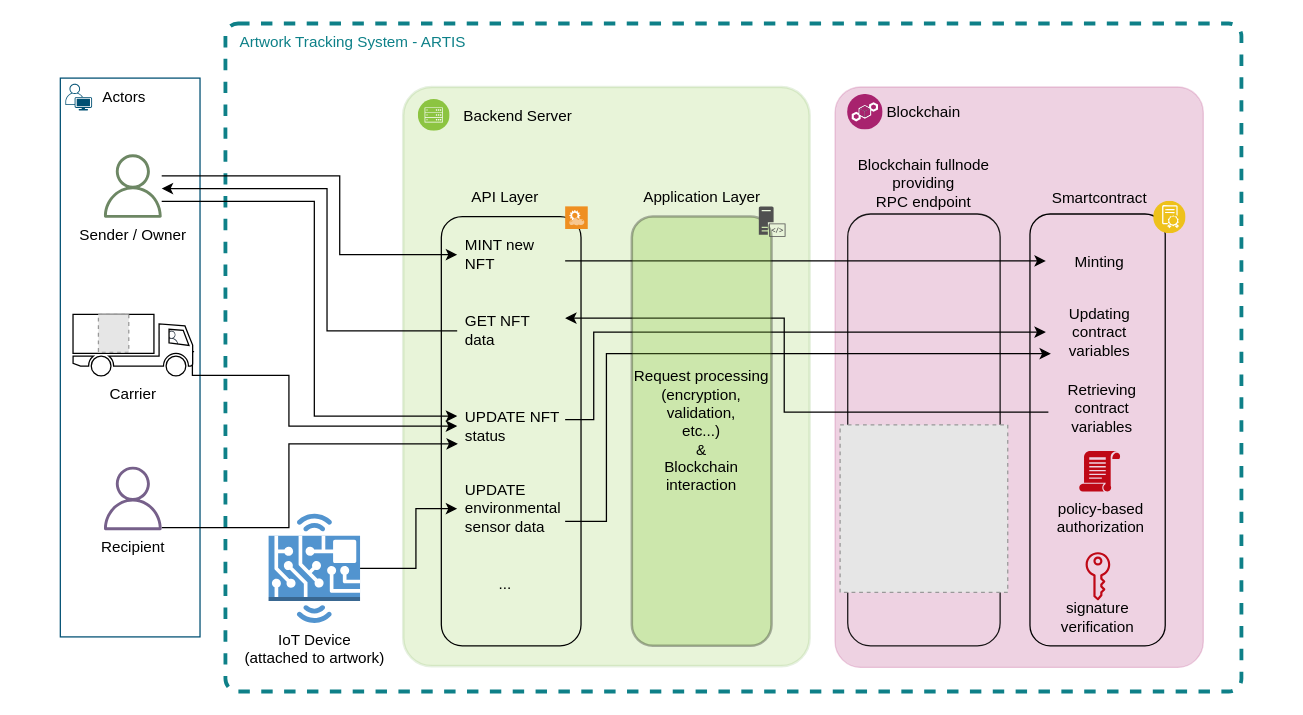
The draw.io diagram diagrams/Architecture.drawio in artis-project/artis-thesis, before the edit. Source tidied: cells renumbered, new cells numbered last; positions are measured from the earlier drawing's top-left corner, leaving out a move shared by most shapes. Both pictures are drawn from the tidied source at 127%, with x=0, y=0 at pixel (60, 23). Pictures stored in the file or linked from it are replaced by grey dashed boxes.
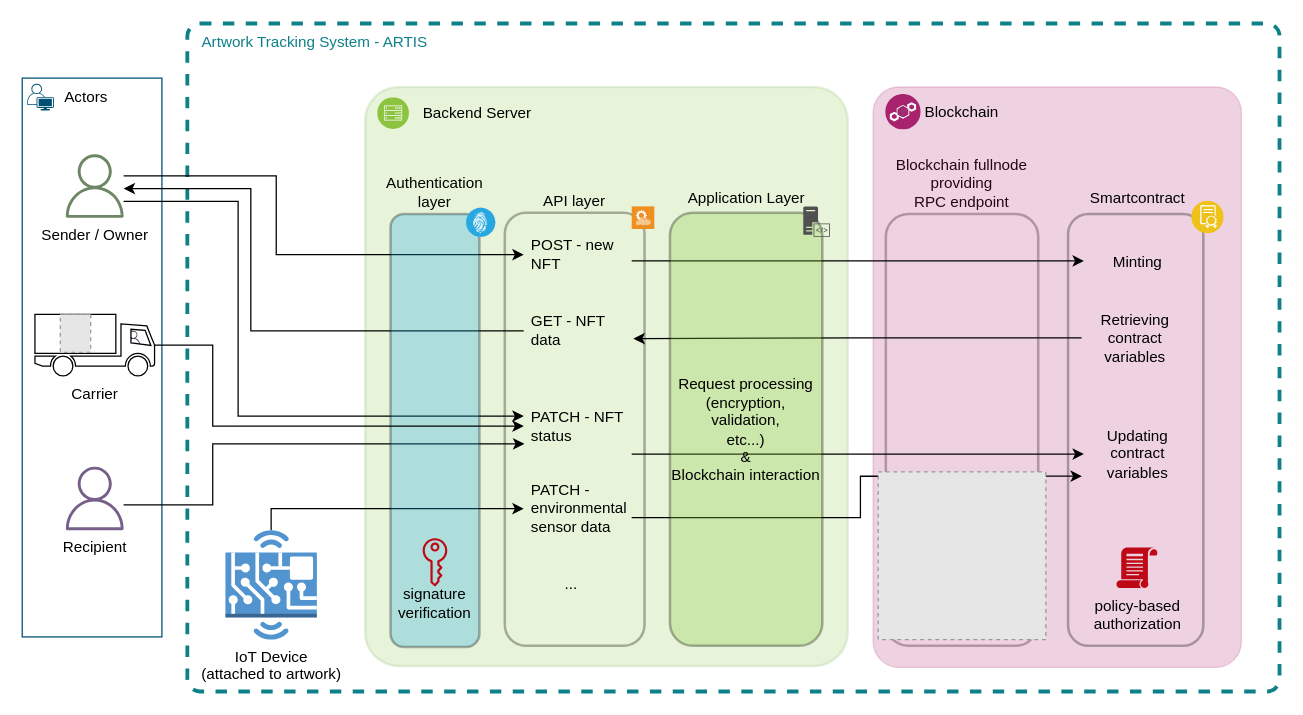
After the change.

Commit message (it also covers changes not shown here):
updating architecture diagram

The change refers to these unchanged cells:
```xml
<mxCell id="42" value="Carrier" style="shape=mxgraph.signs.transportation.truck_1;html=1;fillColor=default;strokeColor=default;verticalLabelPosition=bottom;verticalAlign=top;align=center;strokeWidth=1;shadow=0;flipH=1;" parent="40" vertex="1">
  <mxGeometry width="94.2" height="48.5" as="geometry" />
</mxCell>
```

Diff of the diagram source:
```diff
@@
+    <mxCell id="50" value="Blockchain fullnode&lt;br style=&quot;border-color: var(--border-color); padding: 0px; margin: 0px;&quot;&gt;&lt;span style=&quot;&quot;&gt;providing&lt;/span&gt;&lt;br style=&quot;border-color: var(--border-color); padding: 0px; margin: 0px;&quot;&gt;&lt;span style=&quot;&quot;&gt;RPC endpoint&lt;/span&gt;" style="rounded=1;whiteSpace=wrap;html=1;labelPosition=center;verticalLabelPosition=top;align=center;verticalAlign=bottom;fillColor=none;opacity=30;strokeWidth=2;" parent="1" vertex="1">
+      <mxGeometry x="650" y="150" width="120" height="340" as="geometry" />
+    </mxCell>
     <mxCell id="2" style="html=1;align=center;verticalAlign=top;rounded=1;absoluteArcSize=1;arcSize=20;dashed=1;whiteSpace=wrap;fillColor=none;strokeColor=#0e8088;strokeWidth=3;" parent="1" vertex="1">
-      <mxGeometry x="130" width="800" height="526" as="geometry" />
+      <mxGeometry x="100" width="860" height="526" as="geometry" />
     </mxCell>
     <mxCell id="3" style="rounded=1;whiteSpace=wrap;html=1;fillColor=#a8226e;strokeColor=#a8226e;opacity=20;arcSize=7;" parent="1" vertex="1">
-      <mxGeometry x="610" y="50" width="290" height="457" as="geometry" />
+      <mxGeometry x="640" y="50" width="290" height="457" as="geometry" />
     </mxCell>
     <mxCell id="4" style="rounded=1;whiteSpace=wrap;html=1;fillColor=#8dc542;strokeColor=#82b366;opacity=20;arcSize=7;strokeWidth=2;" parent="1" vertex="1">
-      <mxGeometry x="270" y="50" width="320" height="456" as="geometry" />
+      <mxGeometry x="240" y="50" width="380" height="456" as="geometry" />
     </mxCell>
-    <mxCell id="5" style="edgeStyle=orthogonalEdgeStyle;rounded=0;jettySize=auto;html=1;" parent="1" edge="1" source="34" target="18">
-      <mxGeometry relative="1" as="geometry">
-        <Array as="points">
-          <mxPoint x="570" y="306" />
-          <mxPoint x="570" y="232" />
-        </Array>
-      </mxGeometry>
-    </mxCell>
     <mxCell id="6" style="rounded=0;whiteSpace=wrap;html=1;fillColor=none;strokeColor=#005073;" parent="1" vertex="1">
-      <mxGeometry y="43" width="110" height="440" as="geometry" />
+      <mxGeometry x="-30" y="43" width="110" height="440" as="geometry" />
     </mxCell>
     <mxCell id="7" value="Actors" style="text;html=1;align=center;verticalAlign=middle;strokeColor=none;fillColor=none;" parent="1" vertex="1">
-      <mxGeometry x="20" y="43" width="60" height="30" as="geometry" />
+      <mxGeometry x="-10" y="43" width="60" height="30" as="geometry" />
     </mxCell>
-    <mxCell id="8" style="edgeStyle=orthogonalEdgeStyle;rounded=0;jettySize=auto;html=1;entryX=0;entryY=0.5;entryDx=0;entryDy=0;exitX=1;exitY=0.5;exitDx=0;exitDy=0;exitPerimeter=0;" parent="1" edge="1" source="27" target="13">
-      <mxGeometry relative="1" as="geometry">
-        <Array as="points">
-          <mxPoint x="280" y="429" />
-          <mxPoint x="280" y="382" />
-        </Array>
-      </mxGeometry>
-    </mxCell>
     <mxCell id="9" value="Smartcontract" style="text;html=1;align=center;verticalAlign=middle;strokeColor=none;fillColor=none;" parent="1" vertex="1">
-      <mxGeometry x="767.8" y="123" width="100" height="30" as="geometry" />
+      <mxGeometry x="797.8" y="123" width="100" height="30" as="geometry" />
     </mxCell>
-    <mxCell id="10" value="API Layer" style="text;html=1;align=center;verticalAlign=middle;strokeColor=none;fillColor=none;" parent="1" vertex="1">
-      <mxGeometry x="310" y="122" width="80" height="30" as="geometry" />
-    </mxCell>
-    <mxCell id="11" style="rounded=1;whiteSpace=wrap;html=1;fillColor=none;" parent="1" vertex="1">
-      <mxGeometry x="300" y="152" width="110" height="338" as="geometry" />
+    <mxCell id="11" value="API layer" style="rounded=1;whiteSpace=wrap;html=1;fillColor=none;labelPosition=center;verticalLabelPosition=top;align=center;verticalAlign=bottom;strokeWidth=2;opacity=30;" parent="1" vertex="1">
+      <mxGeometry x="350" y="149" width="110" height="341" as="geometry" />
     </mxCell>
-    <mxCell id="12" style="edgeStyle=orthogonalEdgeStyle;rounded=0;jettySize=auto;html=1;entryX=0.047;entryY=0.783;entryDx=0;entryDy=0;entryPerimeter=0;" parent="1" edge="1" source="13" target="26">
+    <mxCell id="12" style="edgeStyle=orthogonalEdgeStyle;rounded=0;jettySize=auto;html=1;entryX=-0.019;entryY=0.791;entryDx=0;entryDy=0;entryPerimeter=0;" parent="1" edge="1" source="13" target="26">
       <mxGeometry relative="1" as="geometry">
         <Array as="points">
-          <mxPoint x="430" y="392" />
-          <mxPoint x="430" y="260" />
+          <mxPoint x="630" y="389" />
+          <mxPoint x="630" y="357" />
         </Array>
       </mxGeometry>
     </mxCell>
-    <mxCell id="13" value="UPDATE environmental sensor data" style="text;strokeColor=none;fillColor=none;align=left;verticalAlign=middle;spacingLeft=4;spacingRight=4;overflow=hidden;points=[[0,0.5],[1,0.5]];portConstraint=eastwest;whiteSpace=wrap;html=1;" parent="1" vertex="1">
-      <mxGeometry x="312.5" y="352" width="85" height="60" as="geometry" />
+    <mxCell id="13" value="PATCH - environmental sensor data" style="text;strokeColor=none;fillColor=none;align=left;verticalAlign=middle;spacingLeft=4;spacingRight=4;overflow=hidden;points=[[0,0.5],[1,0.5]];portConstraint=eastwest;whiteSpace=wrap;html=1;" parent="1" vertex="1">
+      <mxGeometry x="364.9" y="352" width="85" height="60" as="geometry" />
     </mxCell>
     <mxCell id="14" style="edgeStyle=orthogonalEdgeStyle;rounded=0;jettySize=auto;html=1;" parent="1" edge="1" source="15" target="25">
       <mxGeometry relative="1" as="geometry">
         <Array as="points">
-          <mxPoint x="420" y="187" />
-          <mxPoint x="420" y="187" />
+          <mxPoint x="450" y="187" />
+          <mxPoint x="450" y="187" />
         </Array>
       </mxGeometry>
     </mxCell>
-    <mxCell id="15" value="MINT new NFT" style="text;strokeColor=none;fillColor=none;align=left;verticalAlign=middle;spacingLeft=4;spacingRight=4;overflow=hidden;points=[[0,0.5],[1,0.5]];portConstraint=eastwest;whiteSpace=wrap;html=1;" parent="1" vertex="1">
-      <mxGeometry x="312.5" y="152" width="85" height="60" as="geometry" />
+    <mxCell id="15" value="POST - new NFT" style="text;strokeColor=none;fillColor=none;align=left;verticalAlign=middle;spacingLeft=4;spacingRight=4;overflow=hidden;points=[[0,0.5],[1,0.5]];portConstraint=eastwest;whiteSpace=wrap;html=1;" parent="1" vertex="1">
+      <mxGeometry x="364.9" y="152" width="85" height="60" as="geometry" />
     </mxCell>
     <mxCell id="16" style="edgeStyle=orthogonalEdgeStyle;rounded=0;jettySize=auto;html=1;entryX=0;entryY=0.5;entryDx=0;entryDy=0;" parent="1" edge="1" source="17" target="26">
       <mxGeometry relative="1" as="geometry">
         <Array as="points">
-          <mxPoint x="420" y="312" />
-          <mxPoint x="420" y="243" />
+          <mxPoint x="610" y="339" />
+          <mxPoint x="610" y="339" />
         </Array>
       </mxGeometry>
     </mxCell>
-    <mxCell id="17" value="UPDATE NFT status" style="text;strokeColor=none;fillColor=none;align=left;verticalAlign=middle;spacingLeft=4;spacingRight=4;overflow=hidden;points=[[0,0.5],[1,0.5]];portConstraint=eastwest;whiteSpace=wrap;html=1;" parent="1" vertex="1">
-      <mxGeometry x="312.5" y="287" width="85" height="60" as="geometry" />
+    <mxCell id="17" value="PATCH - NFT status" style="text;strokeColor=none;fillColor=none;align=left;verticalAlign=middle;spacingLeft=4;spacingRight=4;overflow=hidden;points=[[0,0.5],[1,0.5]];portConstraint=eastwest;whiteSpace=wrap;html=1;" parent="1" vertex="1">
+      <mxGeometry x="364.9" y="287" width="85" height="60" as="geometry" />
     </mxCell>
-    <mxCell id="18" value="GET NFT data" style="text;strokeColor=none;fillColor=none;align=left;verticalAlign=middle;spacingLeft=4;spacingRight=4;overflow=hidden;points=[[0,0.5],[1,0.5]];portConstraint=eastwest;whiteSpace=wrap;html=1;" parent="1" vertex="1">
-      <mxGeometry x="312.5" y="212" width="85" height="60" as="geometry" />
+    <mxCell id="18" value="GET - NFT data" style="text;strokeColor=none;fillColor=none;align=left;verticalAlign=middle;spacingLeft=4;spacingRight=4;overflow=hidden;points=[[0,0.5],[1,0.5]];portConstraint=eastwest;whiteSpace=wrap;html=1;" parent="1" vertex="1">
+      <mxGeometry x="364.9" y="212" width="85" height="60" as="geometry" />
     </mxCell>
     <mxCell id="19" style="edgeStyle=orthogonalEdgeStyle;rounded=0;jettySize=auto;html=1;entryX=0;entryY=0.5;entryDx=0;entryDy=0;fillColor=#6d8764;strokeColor=#000000;" parent="1" edge="1" source="22" target="15">
       <mxGeometry relative="1" as="geometry">
         <Array as="points">
-          <mxPoint x="220" y="120" />
-          <mxPoint x="220" y="182" />
+          <mxPoint x="170" y="120" />
+          <mxPoint x="170" y="182" />
         </Array>
       </mxGeometry>
     </mxCell>
     <mxCell id="20" style="edgeStyle=orthogonalEdgeStyle;rounded=0;jettySize=auto;html=1;entryX=0;entryY=0.369;entryDx=0;entryDy=0;fillColor=#6d8764;strokeColor=#000000;entryPerimeter=0;" parent="1" edge="1" source="22" target="17">
       <mxGeometry relative="1" as="geometry">
         <Array as="points">
-          <mxPoint x="200" y="140" />
-          <mxPoint x="200" y="309" />
+          <mxPoint x="140" y="140" />
+          <mxPoint x="140" y="309" />
         </Array>
       </mxGeometry>
     </mxCell>
     <mxCell id="21" style="edgeStyle=orthogonalEdgeStyle;rounded=0;jettySize=auto;html=1;entryX=0;entryY=0.5;entryDx=0;entryDy=0;fillColor=#6d8764;strokeColor=#000000;startArrow=classic;startFill=1;endArrow=none;endFill=0;" parent="1" edge="1" source="22" target="18">
       <mxGeometry relative="1" as="geometry">
         <Array as="points">
-          <mxPoint x="210" y="130" />
-          <mxPoint x="210" y="242" />
+          <mxPoint x="150" y="130" />
+          <mxPoint x="150" y="242" />
         </Array>
       </mxGeometry>
     </mxCell>
     <mxCell id="22" value="&lt;font color=&quot;#000000&quot;&gt;Sender / Owner&lt;/font&gt;" style="sketch=0;outlineConnect=0;fillColor=#6d8764;strokeColor=#3A5431;dashed=0;verticalLabelPosition=bottom;verticalAlign=top;align=center;html=1;fontSize=12;fontStyle=0;shape=mxgraph.aws4.user;fontColor=#ffffff;" parent="1" vertex="1">
-      <mxGeometry x="32.1" y="103" width="50" height="50" as="geometry" />
+      <mxGeometry x="2.1" y="103" width="50" height="50" as="geometry" />
     </mxCell>
-    <mxCell id="23" style="edgeStyle=orthogonalEdgeStyle;rounded=0;jettySize=auto;html=1;fillColor=#647687;strokeColor=#000000;exitX=-0.012;exitY=0.606;exitDx=0;exitDy=0;exitPerimeter=0;" parent="1" edge="1" source="42" target="17">
-      <mxGeometry relative="1" as="geometry">
-        <Array as="points">
-          <mxPoint x="104" y="277" />
-          <mxPoint x="180" y="278" />
-          <mxPoint x="180" y="317" />
-        </Array>
-      </mxGeometry>
-    </mxCell>
-    <mxCell id="24" style="rounded=1;whiteSpace=wrap;html=1;fillColor=none;" parent="1" vertex="1">
-      <mxGeometry x="763.5" y="150" width="106.5" height="340" as="geometry" />
+    <mxCell id="24" style="rounded=1;whiteSpace=wrap;html=1;fillColor=none;strokeWidth=2;opacity=30;" parent="1" vertex="1">
+      <mxGeometry x="793.5" y="150" width="106.5" height="340" as="geometry" />
     </mxCell>
     <mxCell id="25" value="Minting" style="text;strokeColor=none;fillColor=none;align=center;verticalAlign=middle;spacingLeft=4;spacingRight=4;overflow=hidden;points=[[0,0.5],[1,0.5]];portConstraint=eastwest;whiteSpace=wrap;html=1;" parent="1" vertex="1">
-      <mxGeometry x="776" y="158" width="85" height="60" as="geometry" />
+      <mxGeometry x="806" y="158" width="85" height="60" as="geometry" />
     </mxCell>
     <mxCell id="26" value="Updating contract variables" style="text;strokeColor=none;fillColor=none;align=center;verticalAlign=middle;spacingLeft=4;spacingRight=4;overflow=hidden;points=[[0,0.5],[1,0.5]];portConstraint=eastwest;whiteSpace=wrap;html=1;" parent="1" vertex="1">
-      <mxGeometry x="776" y="213" width="85" height="60" as="geometry" />
+      <mxGeometry x="806" y="309" width="85" height="60" as="geometry" />
     </mxCell>
+    <mxCell id="8" style="edgeStyle=orthogonalEdgeStyle;rounded=0;jettySize=auto;html=1;" parent="1" edge="1" source="27" target="13">
+      <mxGeometry relative="1" as="geometry">
+        <Array as="points">
+          <mxPoint x="166" y="382" />
+        </Array>
+      </mxGeometry>
+    </mxCell>
     <mxCell id="27" value="IoT Device&lt;br&gt;(attached to artwork)" style="outlineConnect=0;dashed=0;verticalLabelPosition=bottom;verticalAlign=top;align=center;html=1;shape=mxgraph.aws3.hardware_board;fillColor=#5294CF;gradientColor=none;labelPosition=center;" parent="1" vertex="1">
-      <mxGeometry x="164" y="385.9" width="72" height="86.1" as="geometry" />
+      <mxGeometry x="130" y="399" width="72" height="86.1" as="geometry" />
     </mxCell>
     <mxCell id="28" style="edgeStyle=orthogonalEdgeStyle;rounded=0;jettySize=auto;html=1;entryX=0.006;entryY=0.733;entryDx=0;entryDy=0;entryPerimeter=0;strokeColor=#000000;" parent="1" edge="1" source="29" target="17">
       <mxGeometry relative="1" as="geometry">
         <Array as="points">
-          <mxPoint x="180" y="397" />
-          <mxPoint x="180" y="331" />
+          <mxPoint x="120" y="379" />
+          <mxPoint x="120" y="331" />
         </Array>
       </mxGeometry>
     </mxCell>
     <mxCell id="29" value="&lt;font color=&quot;#000000&quot;&gt;Recipient&lt;br&gt;&lt;/font&gt;" style="sketch=0;outlineConnect=0;fontColor=#ffffff;fillColor=#76608a;strokeColor=#432D57;dashed=0;verticalLabelPosition=bottom;verticalAlign=top;align=center;html=1;fontSize=12;fontStyle=0;shape=mxgraph.aws4.user;" parent="1" vertex="1">
-      <mxGeometry x="32.1" y="349" width="50" height="50" as="geometry" />
+      <mxGeometry x="2.1" y="349" width="50" height="50" as="geometry" />
     </mxCell>
     <mxCell id="30" value="Backend Server" style="text;html=1;align=center;verticalAlign=middle;strokeColor=none;fillColor=none;" parent="1" vertex="1">
-      <mxGeometry x="304.8" y="57.5" width="110" height="30" as="geometry" />
+      <mxGeometry x="272.8" y="56" width="110" height="30" as="geometry" />
     </mxCell>
     <mxCell id="31" value="Application Layer" style="text;html=1;align=center;verticalAlign=middle;strokeColor=none;fillColor=none;" parent="1" vertex="1">
-      <mxGeometry x="445" y="122" width="120" height="30" as="geometry" />
+      <mxGeometry x="480" y="123" width="120" height="30" as="geometry" />
     </mxCell>
     <mxCell id="32" value="..." style="text;strokeColor=none;fillColor=none;align=center;verticalAlign=middle;spacingLeft=4;spacingRight=4;overflow=hidden;whiteSpace=wrap;html=1;" parent="1" vertex="1">
-      <mxGeometry x="307.5" y="412" width="85" height="60" as="geometry" />
+      <mxGeometry x="359.9" y="412" width="85" height="60" as="geometry" />
     </mxCell>
     <mxCell id="33" value="&lt;font color=&quot;#0d8088&quot;&gt;Artwork Tracking System - ARTIS&lt;/font&gt;" style="text;html=1;align=center;verticalAlign=middle;strokeColor=#0e8088;fillColor=#b0e3e6;opacity=0;" parent="1" vertex="1">
-      <mxGeometry x="130" width="200" height="30" as="geometry" />
+      <mxGeometry x="100" width="200" height="30" as="geometry" />
     </mxCell>
+    <mxCell id="5" style="edgeStyle=orthogonalEdgeStyle;rounded=0;jettySize=auto;html=1;exitX=0;exitY=0.5;exitDx=0;exitDy=0;entryX=1.016;entryY=0.603;entryDx=0;entryDy=0;entryPerimeter=0;" parent="1" edge="1" source="34" target="18">
+      <mxGeometry relative="1" as="geometry" />
+    </mxCell>
     <mxCell id="34" value="Retrieving contract variables" style="text;strokeColor=none;fillColor=none;align=center;verticalAlign=middle;spacingLeft=4;spacingRight=4;overflow=hidden;points=[[0,0.5],[1,0.5]];portConstraint=eastwest;whiteSpace=wrap;html=1;" parent="1" vertex="1">
-      <mxGeometry x="778" y="273" width="85" height="60" as="geometry" />
+      <mxGeometry x="804.2" y="217.5" width="85" height="60" as="geometry" />
     </mxCell>
     <mxCell id="35" style="image;perimeter=ellipsePerimeter;html=1;align=center;shadow=0;dashed=0;fontColor=#4277BB;labelBackgroundColor=default;fontSize=12;spacingTop=3;image=img/lib/ibm/infrastructure/mobile_backend.svg;" parent="1" vertex="1">
-      <mxGeometry x="282" y="60" width="25" height="25" as="geometry" />
+      <mxGeometry x="250" y="58.5" width="25" height="25" as="geometry" />
     </mxCell>
     <mxCell id="36" style="verticalLabelPosition=bottom;sketch=0;html=1;verticalAlign=top;align=center;shape=mxgraph.cisco19.user;fillColor=#005073;strokeColor=none;" parent="1" vertex="1">
-      <mxGeometry x="4" y="47.5" width="21" height="21" as="geometry" />
+      <mxGeometry x="-26" y="47.5" width="21" height="21" as="geometry" />
     </mxCell>
     <mxCell id="37" style="image;perimeter=ellipsePerimeter;html=1;align=center;shadow=0;dashed=0;fontColor=#4277BB;labelBackgroundColor=default;fontSize=12;spacingTop=3;image=img/lib/ibm/blockchain/smart_contract.svg;" parent="1" vertex="1">
-      <mxGeometry x="861" y="140.1" width="25.5" height="25.5" as="geometry" />
+      <mxGeometry x="891" y="140.1" width="25.5" height="25.5" as="geometry" />
     </mxCell>
     <mxCell id="38" style="shadow=0;dashed=0;html=1;strokeColor=none;fillColor=#EF8F21;labelPosition=center;verticalLabelPosition=bottom;verticalAlign=top;align=center;shape=mxgraph.veeam.2d.restful_apis;" parent="1" vertex="1">
-      <mxGeometry x="397.5" y="144" width="17.8" height="17.8" as="geometry" />
+      <mxGeometry x="449.9" y="144" width="17.8" height="17.8" as="geometry" />
     </mxCell>
+    <mxCell id="52" value="Authentication layer" style="rounded=1;whiteSpace=wrap;html=1;fillColor=#28a8e0;labelPosition=center;verticalLabelPosition=top;align=center;verticalAlign=bottom;strokeColor=default;opacity=30;strokeWidth=2;" parent="1" vertex="1">
+      <mxGeometry x="260" y="150" width="70" height="341" as="geometry" />
+    </mxCell>
     <mxCell id="39" style="sketch=0;fontColor=#232F3E;gradientColor=none;fillColor=#BF0816;strokeColor=none;dashed=0;verticalLabelPosition=middle;verticalAlign=middle;align=right;html=1;fontSize=12;fontStyle=0;shape=mxgraph.aws4.addon;rotation=90;labelPosition=left;direction=east;" parent="1" vertex="1">
-      <mxGeometry x="798" y="425.5" width="38" height="19.5" as="geometry" />
+      <mxGeometry x="276" y="414.5" width="38" height="19.5" as="geometry" />
     </mxCell>
     <mxCell id="40" style="group;fillColor=none;strokeColor=none;" parent="1" vertex="1">
-      <mxGeometry x="10" y="229" width="94.2" height="48.5" as="geometry" />
+      <mxGeometry x="-20" y="229" width="94.2" height="48.5" as="geometry" />
     </mxCell>
@@
     <mxCell id="44" value="policy-based&lt;br&gt;authorization" style="sketch=0;shadow=0;dashed=0;html=1;strokeColor=none;labelPosition=center;verticalLabelPosition=bottom;verticalAlign=top;align=center;fillColor=#BF0816;shape=mxgraph.mscae.intune.policy;" parent="1" vertex="1">
-      <mxGeometry x="802.3" y="336.6" width="32.4" height="32.4" as="geometry" />
+      <mxGeometry x="831.6" y="412.6" width="32.4" height="32.4" as="geometry" />
     </mxCell>
     <mxCell id="45" value="signature&lt;br&gt;verification" style="text;html=1;strokeColor=none;fillColor=none;align=center;verticalAlign=middle;whiteSpace=wrap;rounded=0;" parent="1" vertex="1">
-      <mxGeometry x="787" y="453" width="60" height="30" as="geometry" />
+      <mxGeometry x="265" y="442" width="60" height="30" as="geometry" />
     </mxCell>
     <mxCell id="46" style="image;perimeter=ellipsePerimeter;html=1;align=center;shadow=0;dashed=0;fontColor=#4277BB;labelBackgroundColor=default;fontSize=12;spacingTop=3;image=img/lib/ibm/blockchain/blockchain.svg;" parent="1" vertex="1">
-      <mxGeometry x="620" y="56" width="28" height="28" as="geometry" />
+      <mxGeometry x="650" y="56" width="28" height="28" as="geometry" />
     </mxCell>
     <mxCell id="47" value="Blockchain" style="text;html=1;strokeColor=none;fillColor=none;align=center;verticalAlign=middle;whiteSpace=wrap;rounded=0;" parent="1" vertex="1">
-      <mxGeometry x="650" y="55" width="60" height="30" as="geometry" />
+      <mxGeometry x="680" y="55" width="60" height="30" as="geometry" />
     </mxCell>
     <mxCell id="48" value="Request processing&lt;br&gt;(encryption, validation,&lt;br&gt;etc...)&lt;br&gt;&amp;amp;&lt;br&gt;Blockchain interaction" style="rounded=1;whiteSpace=wrap;html=1;fillColor=#8dc542;opacity=30;strokeWidth=2;" parent="1" vertex="1">
-      <mxGeometry x="450" y="152" width="110" height="338" as="geometry" />
+      <mxGeometry x="480" y="149" width="120" height="341" as="geometry" />
     </mxCell>
     <mxCell id="49" style="sketch=0;shadow=0;dashed=0;html=1;strokeColor=none;fillColor=#505050;labelPosition=center;verticalLabelPosition=bottom;verticalAlign=top;align=center;shape=mxgraph.office.servers.server_side_code;" parent="1" vertex="1">
-      <mxGeometry x="550" y="144" width="21" height="24" as="geometry" />
+      <mxGeometry x="585" y="144" width="21" height="24" as="geometry" />
     </mxCell>
-    <mxCell id="50" value="Blockchain fullnode&lt;br style=&quot;border-color: var(--border-color); padding: 0px; margin: 0px;&quot;&gt;&lt;span style=&quot;&quot;&gt;providing&lt;/span&gt;&lt;br style=&quot;border-color: var(--border-color); padding: 0px; margin: 0px;&quot;&gt;&lt;span style=&quot;&quot;&gt;RPC endpoint&lt;/span&gt;" style="rounded=1;whiteSpace=wrap;html=1;labelPosition=center;verticalLabelPosition=top;align=center;verticalAlign=bottom;fillColor=none;opacity=90;strokeWidth=1;" parent="1" vertex="1">
-      <mxGeometry x="620" y="150" width="120" height="340" as="geometry" />
-    </mxCell>
     <mxCell id="51" style="fillColor=#E6E6E6;strokeColor=#999999;dashed=1;verticalLabelPosition=bottom;labelBackgroundColor=default;verticalAlign=top;" parent="1" vertex="1">
-      <mxGeometry x="614" y="316" width="132" height="132" as="geometry" />
+      <mxGeometry x="644" y="353.1" width="132" height="132" as="geometry" />
     </mxCell>
+    <mxCell id="23" style="edgeStyle=orthogonalEdgeStyle;rounded=0;jettySize=auto;html=1;entryX=0;entryY=0.5;entryDx=0;entryDy=0;" parent="1" edge="1" source="42" target="17">
+      <mxGeometry relative="1" as="geometry">
+        <Array as="points">
+          <mxPoint x="120" y="253" />
+          <mxPoint x="120" y="317" />
+        </Array>
+      </mxGeometry>
+    </mxCell>
+    <mxCell id="53" style="fillColor=#28A8E0;verticalLabelPosition=bottom;sketch=0;html=1;strokeColor=#ffffff;verticalAlign=top;align=center;shape=mxgraph.cisco_safe.compositeIcon;bgIcon=ellipse;resIcon=mxgraph.cisco_safe.capability.identity_authorization;" parent="1" vertex="1">
+      <mxGeometry x="319.5" y="145" width="23" height="23" as="geometry" />
+    </mxCell>
```
